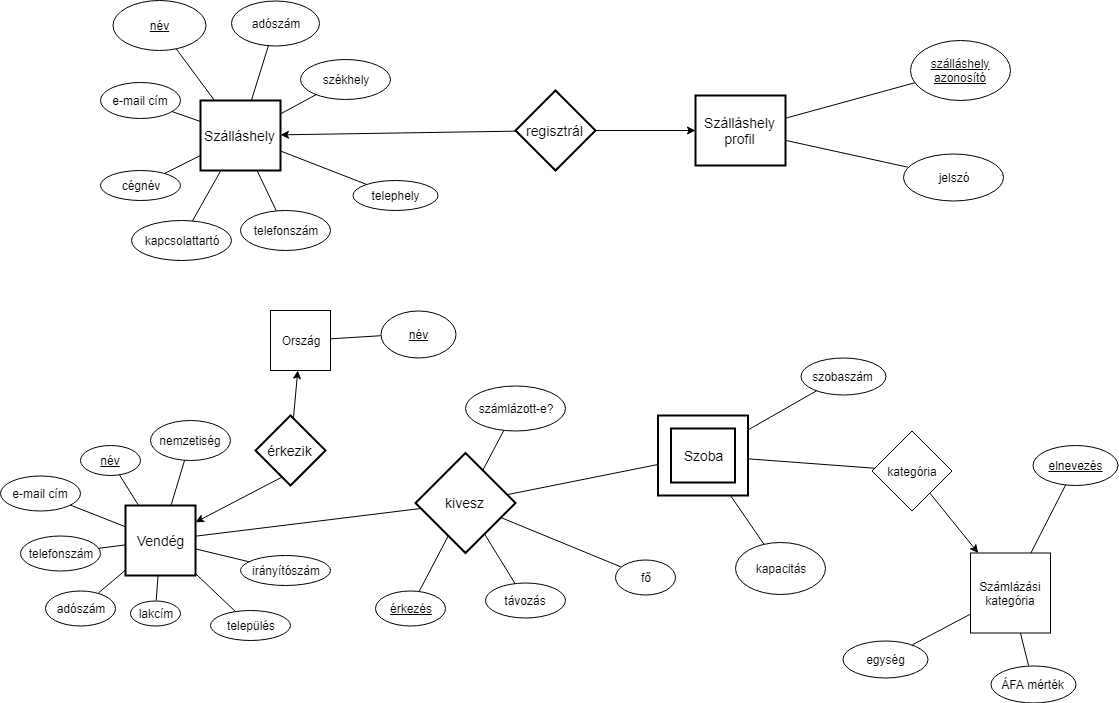
The draw.io diagram adatbazis/virtual_receptionist__ER_diagram.png in jbence1994/Virtual-Receptionist-projection, before a commit. Source tidied: cells renumbered, new cells last; positions are measured from the earlier drawing's top-left corner, leaving out a move shared by most shapes.
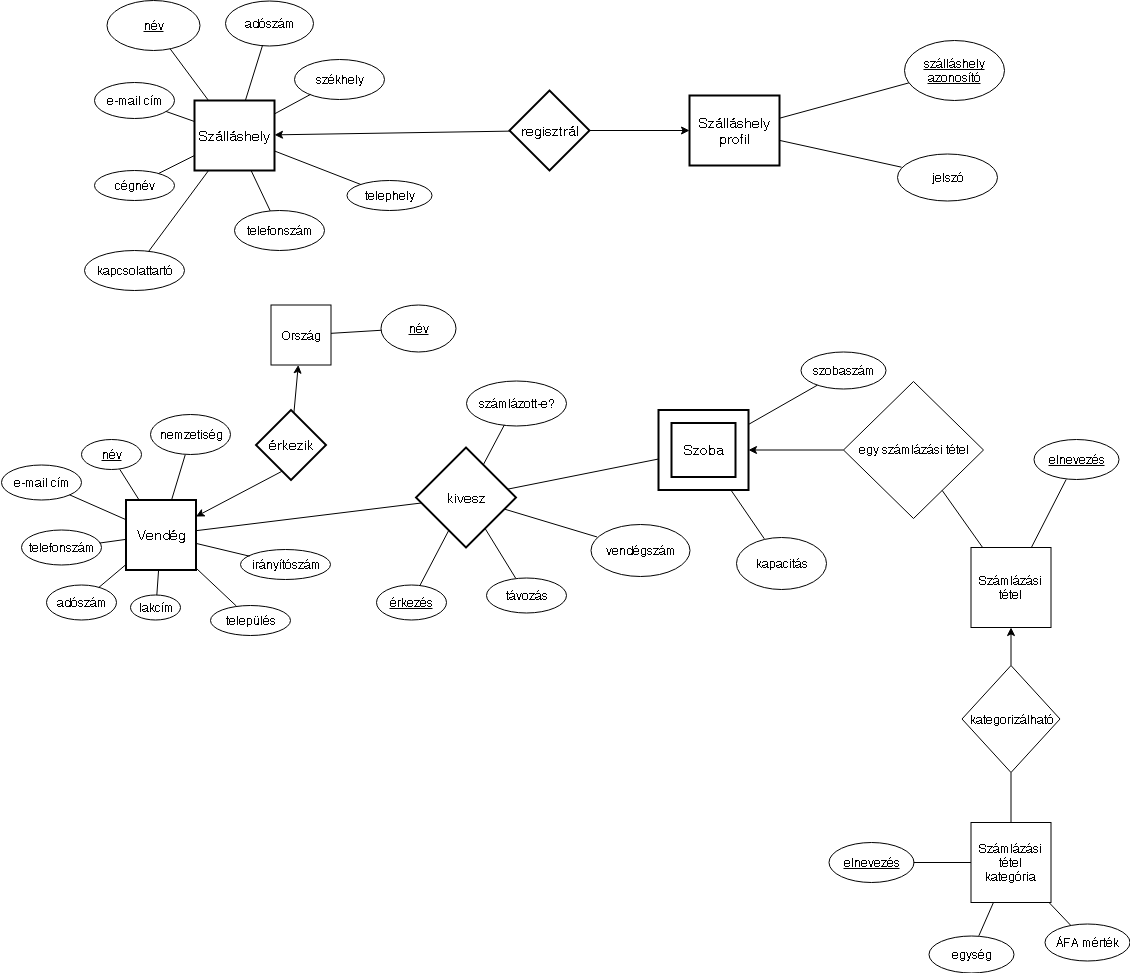
After the commit.

Commit message:
EK-diagram javítása jóra.

What changed in the source:
```diff
@@ -30,7 +30,7 @@
       <mxGeometry x="210" y="610" width="80" height="30" as="geometry" />
     </mxCell>
     <mxCell id="11" value="e-mail cím" style="ellipse;whiteSpace=wrap;html=1;fontStyle=0;" parent="1" vertex="1">
-      <mxGeometry y="475.5" width="80" height="35" as="geometry" />
+      <mxGeometry y="470" width="80" height="35" as="geometry" />
     </mxCell>
     <mxCell id="12" style="endArrow=none;html=1;" parent="1" edge="1" source="5" target="3">
       <mxGeometry relative="1" as="geometry" />
@@ -59,7 +59,7 @@
     <mxCell id="20" style="endArrow=none;html=1;" parent="1" edge="1" source="32" target="2">
       <mxGeometry relative="1" as="geometry" />
     </mxCell>
-    <mxCell id="21" value="Számlázási kategória" style="whiteSpace=wrap;html=1;" parent="1" vertex="1">
+    <mxCell id="21" value="Számlázási tétel" style="whiteSpace=wrap;html=1;" parent="1" vertex="1">
       <mxGeometry x="970" y="552.5" width="80" height="80" as="geometry" />
     </mxCell>
     <mxCell id="22" value="&lt;u&gt;elnevezés&lt;/u&gt;" style="ellipse;whiteSpace=wrap;html=1;" parent="1" vertex="1">
@@ -86,8 +86,8 @@
     <mxCell id="29" style="endArrow=none;html=1;" parent="1" edge="1" source="3" target="28">
       <mxGeometry relative="1" as="geometry" />
     </mxCell>
-    <mxCell id="30" value="fő" style="ellipse;whiteSpace=wrap;html=1;" parent="1" vertex="1">
-      <mxGeometry x="615" y="559" width="60" height="35" as="geometry" />
+    <mxCell id="30" value="vendégszám" style="ellipse;whiteSpace=wrap;html=1;" parent="1" vertex="1">
+      <mxGeometry x="589.5" y="529" width="99" height="52" as="geometry" />
     </mxCell>
     <mxCell id="31" style="endArrow=none;html=1;" parent="1" edge="1" source="4" target="30">
       <mxGeometry relative="1" as="geometry" />
@@ -95,8 +95,8 @@
     <mxCell id="32" value="szobaszám" style="ellipse;whiteSpace=wrap;html=1;" parent="1" vertex="1">
       <mxGeometry x="800" y="357" width="85" height="37" as="geometry" />
     </mxCell>
-    <mxCell id="33" value="kategória" style="rhombus;whiteSpace=wrap;html=1;" parent="1" vertex="1">
-      <mxGeometry x="871.5" y="430.5" width="80" height="80" as="geometry" />
+    <mxCell id="33" value="egy számlázási tétel" style="rhombus;whiteSpace=wrap;html=1;" parent="1" vertex="1">
+      <mxGeometry x="842.5" y="386.5" width="140" height="137" as="geometry" />
     </mxCell>
     <mxCell id="34" value="Ország" style="whiteSpace=wrap;html=1;" parent="1" vertex="1">
       <mxGeometry x="270" y="310" width="60" height="60" as="geometry" />
@@ -114,7 +114,7 @@
       <mxGeometry relative="1" as="geometry" />
     </mxCell>
     <mxCell id="39" value="név" style="ellipse;whiteSpace=wrap;html=1;fontStyle=4;" parent="1" vertex="1">
-      <mxGeometry x="112" width="93" height="50" as="geometry" />
+      <mxGeometry x="105.5" y="5.5" width="93" height="50" as="geometry" />
     </mxCell>
     <mxCell id="40" style="endArrow=none;html=1;" parent="1" edge="1" source="43" target="39">
       <mxGeometry relative="1" as="geometry" />
@@ -123,22 +123,22 @@
       <mxGeometry x="255" y="415" width="70" height="70" as="geometry" />
     </mxCell>
     <mxCell id="42" value="regisztrál" style="shape=rhombus;strokeWidth=2;fontSize=17;perimeter=rhombusPerimeter;whiteSpace=wrap;html=1;align=center;fontSize=14;" parent="1" vertex="1">
-      <mxGeometry x="515" y="90" width="80" height="80" as="geometry" />
+      <mxGeometry x="508.5" y="95.5" width="80" height="80" as="geometry" />
     </mxCell>
     <mxCell id="43" value="Szálláshely" style="strokeWidth=2;whiteSpace=wrap;html=1;align=center;fontSize=14;" parent="1" vertex="1">
-      <mxGeometry x="200" y="100" width="80" height="70" as="geometry" />
+      <mxGeometry x="193.5" y="105.5" width="80" height="70" as="geometry" />
     </mxCell>
     <mxCell id="44" style="endArrow=classic;html=1;" parent="1" edge="1" source="42" target="43">
       <mxGeometry relative="1" as="geometry" />
     </mxCell>
     <mxCell id="45" value="szálláshely azonosító" style="ellipse;whiteSpace=wrap;html=1;fontStyle=4;" parent="1" vertex="1">
-      <mxGeometry x="910" y="40" width="100" height="60" as="geometry" />
+      <mxGeometry x="903.5" y="45.5" width="100" height="60" as="geometry" />
     </mxCell>
     <mxCell id="46" value="jelszó" style="ellipse;whiteSpace=wrap;html=1;" parent="1" vertex="1">
-      <mxGeometry x="902.5" y="153" width="100" height="47" as="geometry" />
+      <mxGeometry x="896" y="158.5" width="100" height="47" as="geometry" />
     </mxCell>
     <mxCell id="47" value="Szálláshely profil" style="strokeWidth=2;whiteSpace=wrap;html=1;align=center;fontSize=14;" parent="1" vertex="1">
-      <mxGeometry x="695" y="95" width="90" height="70" as="geometry" />
+      <mxGeometry x="688.5" y="100.5" width="90" height="70" as="geometry" />
     </mxCell>
     <mxCell id="48" style="endArrow=none;html=1;" parent="1" edge="1" source="45" target="47">
       <mxGeometry relative="1" as="geometry" />
@@ -150,22 +150,22 @@
       <mxGeometry x="735" y="542" width="90" height="52" as="geometry" />
     </mxCell>
     <mxCell id="51" value="telephely" style="ellipse;whiteSpace=wrap;html=1;" parent="1" vertex="1">
-      <mxGeometry x="352.5" y="180" width="85" height="30" as="geometry" />
+      <mxGeometry x="346" y="185.5" width="85" height="30" as="geometry" />
     </mxCell>
     <mxCell id="52" value="székhely" style="ellipse;whiteSpace=wrap;html=1;" parent="1" vertex="1">
-      <mxGeometry x="300" y="58.5" width="90" height="40" as="geometry" />
+      <mxGeometry x="293.5" y="64" width="90" height="40" as="geometry" />
     </mxCell>
     <mxCell id="53" value="telefonszám" style="ellipse;whiteSpace=wrap;html=1;" parent="1" vertex="1">
-      <mxGeometry x="240" y="210" width="90" height="40" as="geometry" />
+      <mxGeometry x="233.5" y="215.5" width="90" height="40" as="geometry" />
     </mxCell>
     <mxCell id="54" value="cégnév" style="ellipse;whiteSpace=wrap;html=1;" parent="1" vertex="1">
-      <mxGeometry x="100" y="170" width="80" height="30" as="geometry" />
+      <mxGeometry x="93.5" y="175.5" width="80" height="30" as="geometry" />
     </mxCell>
     <mxCell id="55" value="kapcsolattartó" style="ellipse;whiteSpace=wrap;html=1;" parent="1" vertex="1">
-      <mxGeometry x="131" y="220" width="100" height="40" as="geometry" />
+      <mxGeometry x="83.5" y="255.5" width="100" height="40" as="geometry" />
     </mxCell>
     <mxCell id="56" value="adószám" style="ellipse;whiteSpace=wrap;html=1;" parent="1" vertex="1">
-      <mxGeometry x="231" width="88" height="45" as="geometry" />
+      <mxGeometry x="224.5" y="5.5" width="88" height="45" as="geometry" />
     </mxCell>
     <mxCell id="57" style="endArrow=none;html=1;" parent="1" edge="1" source="43" target="56">
       <mxGeometry relative="1" as="geometry" />
@@ -174,7 +174,7 @@
       <mxGeometry relative="1" as="geometry" />
     </mxCell>
     <mxCell id="59" value="e-mail cím" style="ellipse;whiteSpace=wrap;html=1;" parent="1" vertex="1">
-      <mxGeometry x="100" y="82" width="80" height="36" as="geometry" />
+      <mxGeometry x="93.5" y="87.5" width="80" height="36" as="geometry" />
     </mxCell>
     <mxCell id="60" style="endArrow=none;html=1;" parent="1" edge="1" source="43" target="55">
       <mxGeometry relative="1" as="geometry" />
@@ -197,12 +197,9 @@
     <mxCell id="66" style="endArrow=classic;html=1;" parent="1" edge="1" source="42" target="47">
       <mxGeometry relative="1" as="geometry" />
     </mxCell>
-    <mxCell id="67" style="endArrow=classic;html=1;" parent="1" edge="1" source="33" target="21">
+    <mxCell id="67" style="endArrow=classic;html=1;" parent="1" edge="1" source="33" target="2">
       <mxGeometry relative="1" as="geometry" />
     </mxCell>
-    <mxCell id="68" style="endArrow=none;html=1;" parent="1" edge="1" source="2" target="33">
-      <mxGeometry relative="1" as="geometry" />
-    </mxCell>
     <mxCell id="69" style="endArrow=none;html=1;" parent="1" edge="1" source="4" target="2">
       <mxGeometry relative="1" as="geometry" />
     </mxCell>
@@ -213,16 +210,37 @@
       <mxGeometry relative="1" as="geometry" />
     </mxCell>
     <mxCell id="72" value="egység" style="ellipse;whiteSpace=wrap;html=1;" parent="1" vertex="1">
-      <mxGeometry x="842.5" y="640" width="85" height="37" as="geometry" />
+      <mxGeometry x="927.5" y="940.5" width="85" height="37" as="geometry" />
     </mxCell>
     <mxCell id="73" value="ÁFA mérték" style="ellipse;whiteSpace=wrap;html=1;" parent="1" vertex="1">
-      <mxGeometry x="990" y="665" width="85" height="37" as="geometry" />
+      <mxGeometry x="1043.5" y="929" width="85" height="37" as="geometry" />
     </mxCell>
-    <mxCell id="74" style="endArrow=none;html=1;" parent="1" edge="1" source="21" target="72">
+    <mxCell id="74" style="endArrow=none;html=1;" parent="1" edge="1" source="78" target="72">
       <mxGeometry relative="1" as="geometry" />
     </mxCell>
-    <mxCell id="75" style="endArrow=none;html=1;" parent="1" edge="1" source="21" target="73">
+    <mxCell id="75" style="endArrow=none;html=1;" parent="1" edge="1" source="78" target="73">
       <mxGeometry relative="1" as="geometry" />
     </mxCell>
+    <mxCell id="76" value="kategorizálható" style="rhombus;whiteSpace=wrap;html=1;" parent="1" vertex="1">
+      <mxGeometry x="961" y="670.5" width="98" height="107" as="geometry" />
+    </mxCell>
+    <mxCell id="77" style="endArrow=classic;html=1;" parent="1" edge="1" source="76" target="21">
+      <mxGeometry relative="1" as="geometry" />
+    </mxCell>
+    <mxCell id="78" value="Számlázási tétel kategória" style="whiteSpace=wrap;html=1;" parent="1" vertex="1">
+      <mxGeometry x="970" y="827.5" width="80" height="80" as="geometry" />
+    </mxCell>
+    <mxCell id="79" style="endArrow=none;html=1;" parent="1" edge="1" source="78" target="76">
+      <mxGeometry relative="1" as="geometry" />
+    </mxCell>
+    <mxCell id="80" value="&lt;u&gt;elnevezés&lt;/u&gt;" style="ellipse;whiteSpace=wrap;html=1;" parent="1" vertex="1">
+      <mxGeometry x="827.5" y="847.5" width="85" height="40" as="geometry" />
+    </mxCell>
+    <mxCell id="81" style="endArrow=none;html=1;" parent="1" edge="1" source="78" target="80">
+      <mxGeometry relative="1" as="geometry" />
+    </mxCell>
+    <mxCell id="82" style="endArrow=none;html=1;" parent="1" edge="1" source="33" target="21">
+      <mxGeometry relative="1" as="geometry" />
+    </mxCell>
   </root>
 </mxGraphModel>
```
